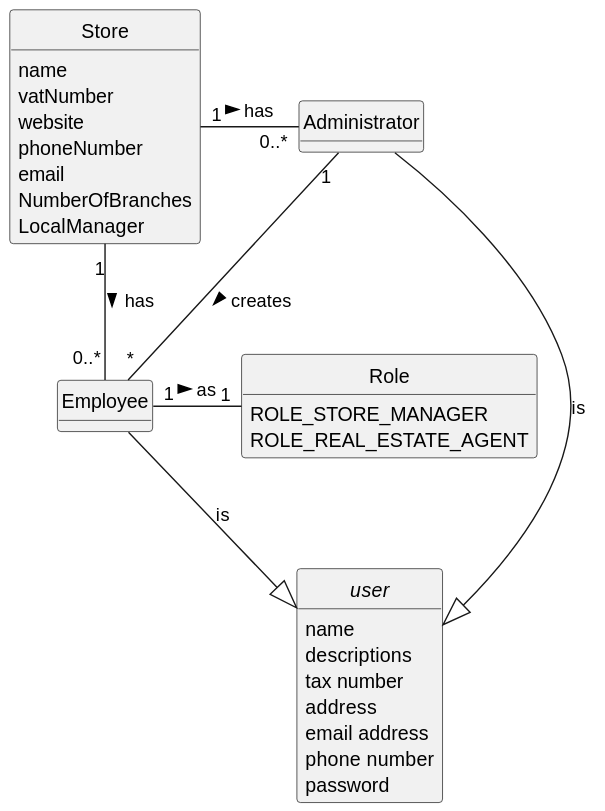
The PlantUML diagram lei-22-s2-1do-g68/docs/sprintA/us003/02.analysis/svg/us003-domain-model.svg in hugosilva2901/lei-22-s2-1DO-g68, before a commit. Its diagram source:
```plantuml
@startuml
skinparam monochrome true
skinparam packageStyle rectangle
skinparam shadowing false


skinparam classAttributeIconSize 0

hide circle
hide methods

class Store{
name
vatNumber
website
phoneNumber
email
NumberOfBranches
LocalManager
}
class Employee {

}
class Role {
    ROLE_STORE_MANAGER
    ROLE_REAL_ESTATE_AGENT
}

abstract class user{
    name
    descriptions
    tax number
    address
    email address
    phone number
    password
}

class Administrator {
}
Administrator --|> user : is
Employee --|> user : is
Store "1" - "0..*" Administrator : has >
Store "1" - "0..*" Employee: has >
Administrator "1" -- "*" Employee : creates >
Employee "1" - "1" Role: as >
@enduml
```
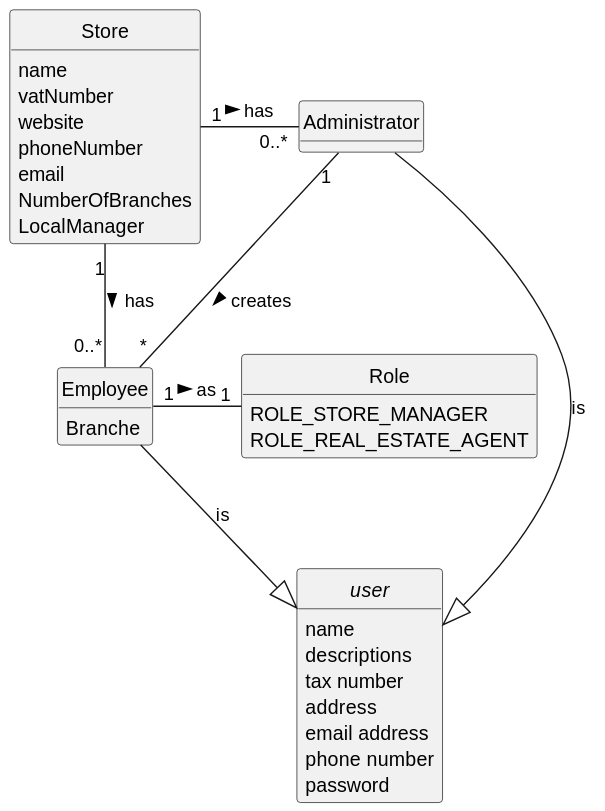
After the commit.

Diff of the diagram source:
```diff
@@ -19,7 +19,7 @@
 LocalManager
 }
 class Employee {
-
+Branche
 }
 class Role {
     ROLE_STORE_MANAGER
```
